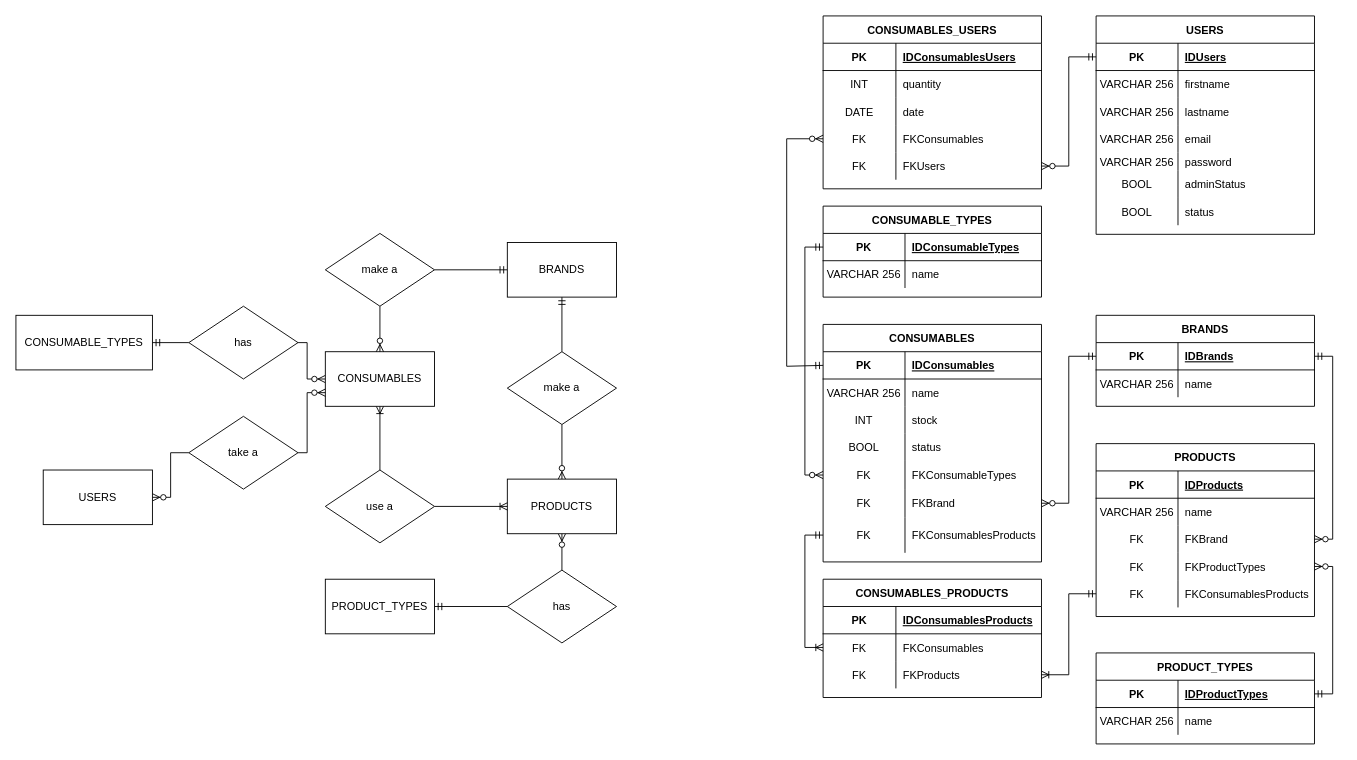
This is Annexes/production/MCD-MLD-V2.drawio from LouisRichard/TPI-Gestion-de-stock, a draw.io file, before an edit. Source tidied: cells renumbered, new cells numbered last; positions are measured from the earlier drawing's top-left corner, leaving out a move shared by most shapes. Both pictures are drawn from the tidied source at 91%, with x=0, y=0 at pixel (15, 15).
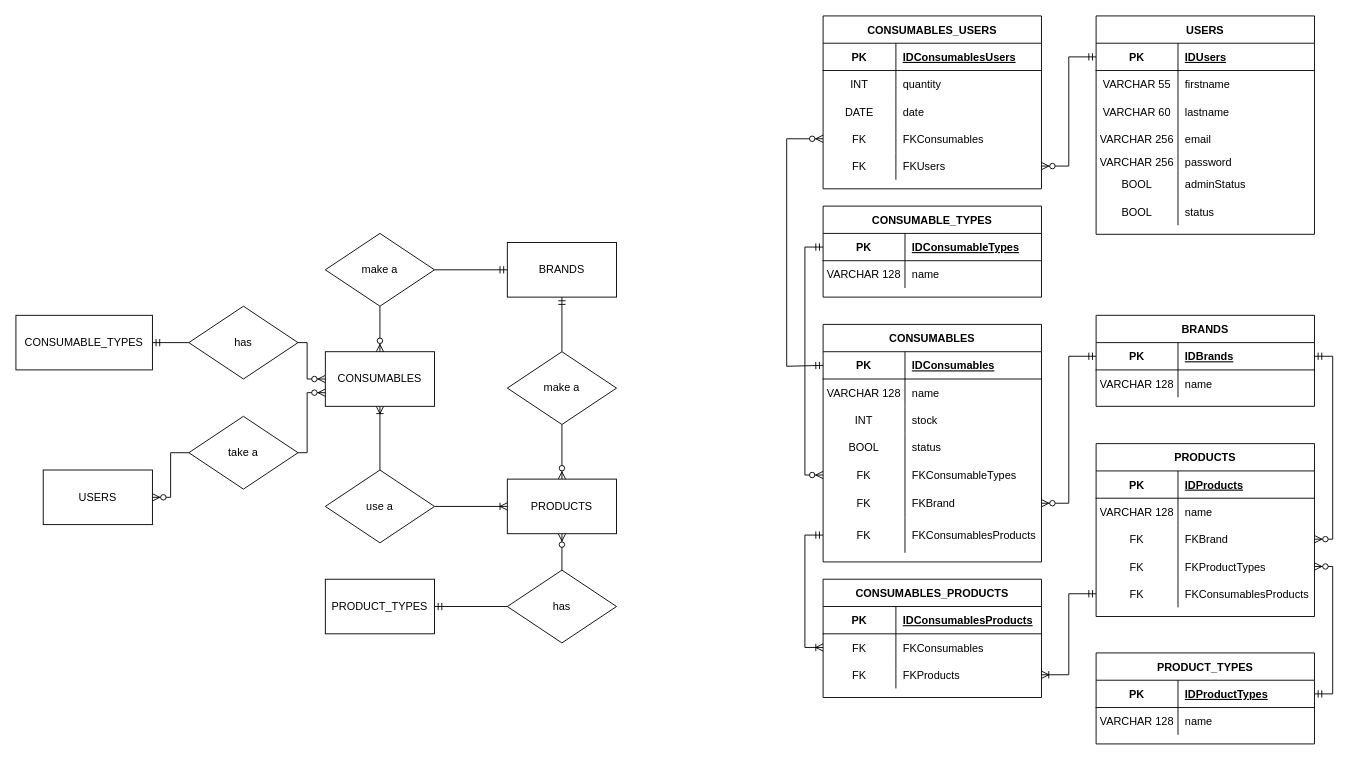
The same page after the edit.

Unchanged cells that the change refers to:
```xml
<mxCell id="22" style="shape=partialRectangle;fillColor=none;top=0;left=0;bottom=0;right=0;" parent="18" vertex="1">
  <mxGeometry y="60" width="240" height="30" as="geometry" />
</mxCell>
<mxCell id="25" style="shape=partialRectangle;fillColor=none;top=0;left=0;bottom=0;right=0;" parent="18" vertex="1">
  <mxGeometry y="90" width="240" height="30" as="geometry" />
</mxCell>
<mxCell id="44" style="shape=partialRectangle;fillColor=none;top=0;left=0;bottom=0;right=0;" parent="40" vertex="1">
  <mxGeometry y="60" width="240" height="30" as="geometry" />
</mxCell>
<mxCell id="72" style="shape=partialRectangle;fillColor=none;top=0;left=0;bottom=0;right=0;" parent="68" vertex="1">
  <mxGeometry y="60" width="240" height="30" as="geometry" />
</mxCell>
<mxCell id="79" style="shape=partialRectangle;fillColor=none;top=0;left=0;bottom=0;right=0;" parent="75" vertex="1">
  <mxGeometry y="60" width="240" height="30" as="geometry" />
</mxCell>
<mxCell id="95" style="shape=partialRectangle;fillColor=none;top=0;left=0;bottom=0;right=0;" parent="91" vertex="1">
  <mxGeometry y="60" width="240" height="30" as="geometry" />
</mxCell>
<mxCell id="112" style="shape=partialRectangle;fillColor=none;top=0;left=0;bottom=0;right=0;" parent="108" vertex="1">
  <mxGeometry y="60" width="240" height="30" as="geometry" />
</mxCell>
```

The edit, as a diff of the source:
```diff
@@
-    <mxCell id="23" value="VARCHAR 256" style="shape=partialRectangle;fillColor=none;top=0;left=0;bottom=0;right=0;overflow=hidden;" parent="22" vertex="1">
+    <mxCell id="23" value="VARCHAR 55" style="shape=partialRectangle;fillColor=none;top=0;left=0;bottom=0;right=0;overflow=hidden;" parent="22" vertex="1">
       <mxGeometry width="90" height="30" as="geometry" />
     </mxCell>
@@
-    <mxCell id="26" value="VARCHAR 256" style="shape=partialRectangle;fillColor=none;top=0;left=0;bottom=0;right=0;overflow=hidden;" parent="25" vertex="1">
+    <mxCell id="26" value="VARCHAR 60" style="shape=partialRectangle;fillColor=none;top=0;left=0;bottom=0;right=0;overflow=hidden;" parent="25" vertex="1">
       <mxGeometry width="90" height="30" as="geometry" />
     </mxCell>
@@
-    <mxCell id="45" value="VARCHAR 256" style="shape=partialRectangle;fillColor=none;top=0;left=0;bottom=0;right=0;overflow=hidden;" parent="44" vertex="1">
+    <mxCell id="45" value="VARCHAR 128" style="shape=partialRectangle;fillColor=none;top=0;left=0;bottom=0;right=0;overflow=hidden;" parent="44" vertex="1">
       <mxGeometry width="90" height="30" as="geometry" />
     </mxCell>
@@
-    <mxCell id="73" value="VARCHAR 256" style="shape=partialRectangle;fillColor=none;top=0;left=0;bottom=0;right=0;overflow=hidden;" parent="72" vertex="1">
+    <mxCell id="73" value="VARCHAR 128" style="shape=partialRectangle;fillColor=none;top=0;left=0;bottom=0;right=0;overflow=hidden;" parent="72" vertex="1">
       <mxGeometry width="90" height="30" as="geometry" />
     </mxCell>
@@
-    <mxCell id="80" value="VARCHAR 256" style="shape=partialRectangle;fillColor=none;top=0;left=0;bottom=0;right=0;overflow=hidden;" parent="79" vertex="1">
+    <mxCell id="80" value="VARCHAR 128" style="shape=partialRectangle;fillColor=none;top=0;left=0;bottom=0;right=0;overflow=hidden;" parent="79" vertex="1">
       <mxGeometry width="90" height="30" as="geometry" />
     </mxCell>
@@
-    <mxCell id="96" value="VARCHAR 256" style="shape=partialRectangle;fillColor=none;top=0;left=0;bottom=0;right=0;overflow=hidden;" parent="95" vertex="1">
+    <mxCell id="96" value="VARCHAR 128" style="shape=partialRectangle;fillColor=none;top=0;left=0;bottom=0;right=0;overflow=hidden;" parent="95" vertex="1">
       <mxGeometry width="90" height="30" as="geometry" />
     </mxCell>
@@
-    <mxCell id="113" value="VARCHAR 256" style="shape=partialRectangle;fillColor=none;top=0;left=0;bottom=0;right=0;overflow=hidden;" parent="112" vertex="1">
+    <mxCell id="113" value="VARCHAR 128" style="shape=partialRectangle;fillColor=none;top=0;left=0;bottom=0;right=0;overflow=hidden;" parent="112" vertex="1">
       <mxGeometry width="90" height="30" as="geometry" />
     </mxCell>
```
